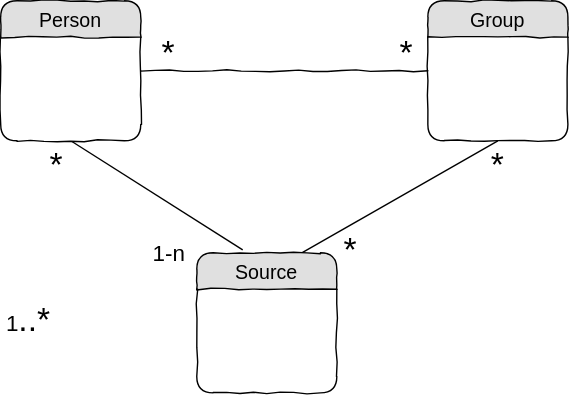
tig12/g5 keeps this draw.io diagram as docs/img/db5-model.svg. Above is the earlier version. Source tidied: cells renumbered, new cells last; positions are measured from the earlier drawing's top-left corner, leaving out a move shared by most shapes.
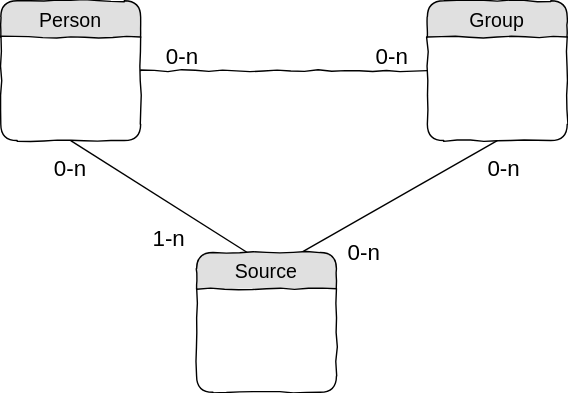
The same diagram one commit later.

Change to the diagram source:
```diff
@@ -11,35 +11,32 @@
     <mxCell id="4" style="endArrow=none;html=1;shadow=0;fontSize=14;fontColor=#000000;entryX=0.5;entryY=1;entryDx=0;entryDy=0;exitX=0.75;exitY=0;exitDx=0;exitDy=0;" parent="1" edge="1" source="12" target="2">
       <mxGeometry relative="1" as="geometry" />
     </mxCell>
-    <mxCell id="5" style="endArrow=none;html=1;shadow=0;fontSize=14;fontColor=#000000;entryX=0.5;entryY=1;entryDx=0;entryDy=0;exitX=0.328;exitY=-0.021;exitDx=0;exitDy=0;exitPerimeter=0;" parent="1" edge="1" source="12" target="11">
+    <mxCell id="5" style="endArrow=none;html=1;shadow=0;fontSize=14;fontColor=#000000;entryX=0.5;entryY=1;entryDx=0;entryDy=0;exitX=0.368;exitY=0.004;exitDx=0;exitDy=0;exitPerimeter=0;" parent="1" edge="1" source="12" target="11">
       <mxGeometry relative="1" as="geometry" />
     </mxCell>
-    <mxCell id="6" value="&lt;font style=&quot;font-size: 16px&quot;&gt;1&lt;/font&gt;..*" style="text;html=1;strokeColor=none;fillColor=none;align=center;verticalAlign=middle;whiteSpace=wrap;rounded=0;shadow=0;glass=0;dashed=1;dashPattern=1 4;comic=1;labelBackgroundColor=none;fontSize=24;fontColor=#000000;" parent="1" vertex="1">
-      <mxGeometry x="10" y="220" width="20" height="15" as="geometry" />
-    </mxCell>
-    <mxCell id="7" value="*" style="text;html=1;strokeColor=none;fillColor=none;align=center;verticalAlign=middle;whiteSpace=wrap;rounded=0;shadow=0;glass=0;dashed=1;dashPattern=1 4;comic=1;labelBackgroundColor=none;fontSize=24;fontColor=#000000;" parent="1" vertex="1">
-      <mxGeometry x="30" y="110" width="20" height="15" as="geometry" />
-    </mxCell>
-    <mxCell id="8" value="*" style="text;html=1;strokeColor=none;fillColor=none;align=center;verticalAlign=middle;whiteSpace=wrap;rounded=0;shadow=0;glass=0;dashed=1;dashPattern=1 4;comic=1;labelBackgroundColor=none;fontSize=24;fontColor=#000000;" parent="1" vertex="1">
-      <mxGeometry x="345" y="110" width="20" height="15" as="geometry" />
-    </mxCell>
-    <mxCell id="9" value="*" style="text;html=1;strokeColor=none;fillColor=none;align=center;verticalAlign=middle;whiteSpace=wrap;rounded=0;shadow=0;glass=0;dashed=1;dashPattern=1 4;comic=1;labelBackgroundColor=none;fontSize=24;fontColor=#000000;" parent="1" vertex="1">
-      <mxGeometry x="110" y="30" width="20" height="15" as="geometry" />
+    <mxCell id="9" value="&lt;font style=&quot;font-size: 16px&quot;&gt;0-n&lt;/font&gt;" style="text;html=1;strokeColor=none;fillColor=none;align=center;verticalAlign=middle;whiteSpace=wrap;rounded=0;shadow=0;glass=0;dashed=1;dashPattern=1 4;comic=1;labelBackgroundColor=none;fontSize=24;fontColor=#000000;" parent="1" vertex="1">
+      <mxGeometry x="110" y="30" width="40" height="15" as="geometry" />
     </mxCell>
-    <mxCell id="10" value="*" style="text;html=1;strokeColor=none;fillColor=none;align=center;verticalAlign=middle;whiteSpace=wrap;rounded=0;shadow=0;glass=0;dashed=1;dashPattern=1 4;comic=1;labelBackgroundColor=none;fontSize=24;fontColor=#000000;" parent="1" vertex="1">
-      <mxGeometry x="240" y="170" width="20" height="15" as="geometry" />
-    </mxCell>
     <mxCell id="11" value="Person" style="swimlane;fontStyle=0;horizontal=1;startSize=26;fillColor=#e0e0e0;swimlaneFillColor=#ffffff;align=center;fontSize=14;rounded=1;shadow=0;comic=1;glass=0;" parent="1" vertex="1">
       <mxGeometry width="100" height="100" as="geometry" />
     </mxCell>
     <mxCell id="12" value="Source" style="swimlane;fontStyle=0;horizontal=1;startSize=26;fillColor=#e0e0e0;swimlaneFillColor=#ffffff;align=center;fontSize=14;rounded=1;shadow=0;comic=1;glass=0;" parent="1" vertex="1">
       <mxGeometry x="140" y="180" width="100" height="100" as="geometry" />
     </mxCell>
-    <mxCell id="13" value="*" style="text;html=1;strokeColor=none;fillColor=none;align=center;verticalAlign=middle;whiteSpace=wrap;rounded=0;shadow=0;glass=0;dashed=1;dashPattern=1 4;comic=1;labelBackgroundColor=none;fontSize=24;fontColor=#000000;" parent="1" vertex="1">
-      <mxGeometry x="280" y="30" width="20" height="15" as="geometry" />
-    </mxCell>
     <mxCell id="14" value="&lt;font style=&quot;font-size: 16px&quot;&gt;1-n&lt;/font&gt;" style="text;html=1;strokeColor=none;fillColor=none;align=center;verticalAlign=middle;rounded=0;shadow=0;glass=0;dashed=1;dashPattern=1 4;comic=1;labelBackgroundColor=none;fontSize=24;fontColor=#000000;" parent="1" vertex="1">
-      <mxGeometry x="110" y="170" width="20" height="15" as="geometry" />
+      <mxGeometry x="110" y="160" width="20" height="15" as="geometry" />
     </mxCell>
+    <mxCell id="15" value="&lt;font style=&quot;font-size: 16px&quot;&gt;0-n&lt;/font&gt;" style="text;html=1;strokeColor=none;fillColor=none;align=center;verticalAlign=middle;whiteSpace=wrap;rounded=0;shadow=0;glass=0;dashed=1;dashPattern=1 4;comic=1;labelBackgroundColor=none;fontSize=24;fontColor=#000000;" parent="1" vertex="1">
+      <mxGeometry x="260" y="30" width="40" height="15" as="geometry" />
+    </mxCell>
+    <mxCell id="16" value="&lt;font style=&quot;font-size: 16px&quot;&gt;0-n&lt;/font&gt;" style="text;html=1;strokeColor=none;fillColor=none;align=center;verticalAlign=middle;whiteSpace=wrap;rounded=0;shadow=0;glass=0;dashed=1;dashPattern=1 4;comic=1;labelBackgroundColor=none;fontSize=24;fontColor=#000000;" parent="1" vertex="1">
+      <mxGeometry x="30" y="110" width="40" height="15" as="geometry" />
+    </mxCell>
+    <mxCell id="17" value="&lt;font style=&quot;font-size: 16px&quot;&gt;0-n&lt;/font&gt;" style="text;html=1;strokeColor=none;fillColor=none;align=center;verticalAlign=middle;whiteSpace=wrap;rounded=0;shadow=0;glass=0;dashed=1;dashPattern=1 4;comic=1;labelBackgroundColor=none;fontSize=24;fontColor=#000000;" parent="1" vertex="1">
+      <mxGeometry x="240" y="170" width="40" height="15" as="geometry" />
+    </mxCell>
+    <mxCell id="18" value="&lt;font style=&quot;font-size: 16px&quot;&gt;0-n&lt;/font&gt;" style="text;html=1;strokeColor=none;fillColor=none;align=center;verticalAlign=middle;whiteSpace=wrap;rounded=0;shadow=0;glass=0;dashed=1;dashPattern=1 4;comic=1;labelBackgroundColor=none;fontSize=24;fontColor=#000000;" parent="1" vertex="1">
+      <mxGeometry x="340" y="110" width="40" height="15" as="geometry" />
+    </mxCell>
   </root>
 </mxGraphModel>
```
